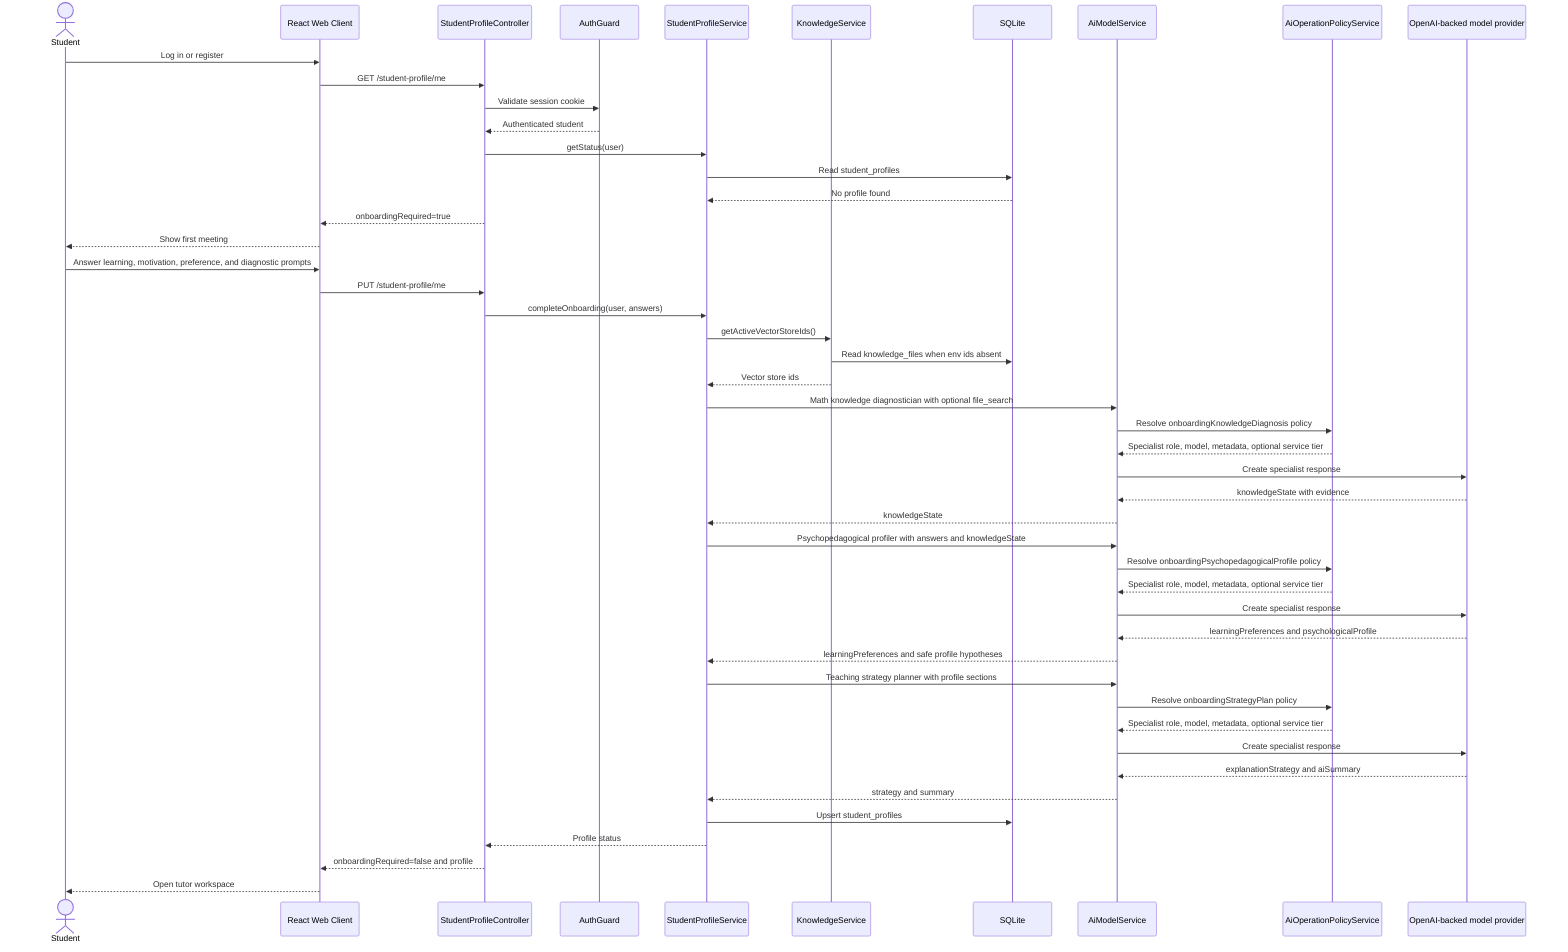
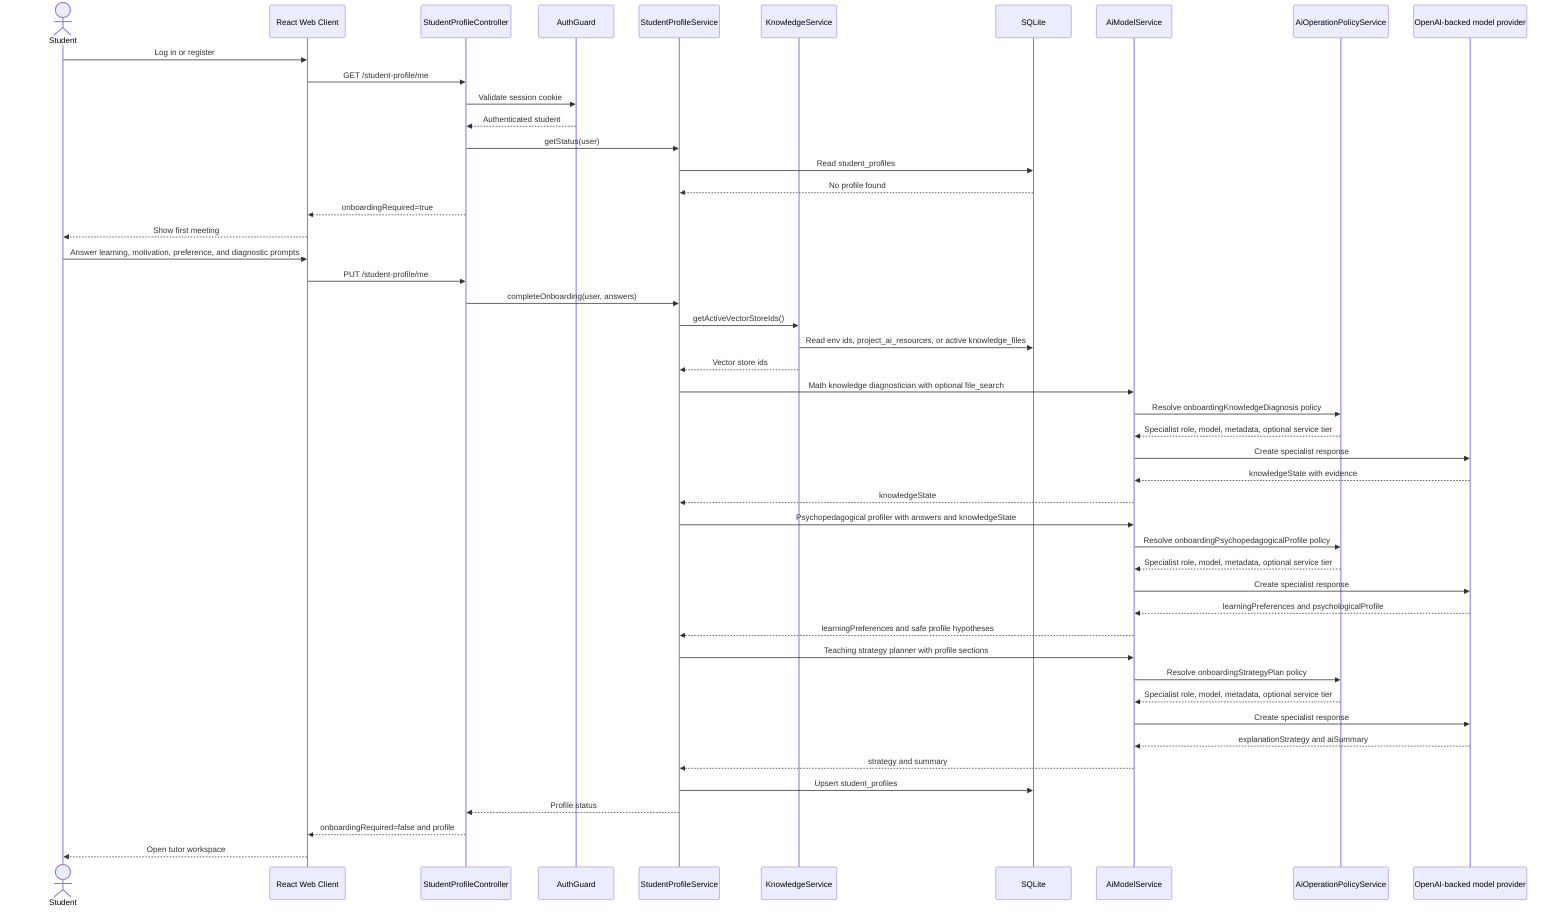
sequenceDiagram
  actor Student
  participant Web as React Web Client
  participant API as StudentProfileController
  participant Auth as AuthGuard
  participant Profile as StudentProfileService
  participant Knowledge as KnowledgeService
  participant DB as SQLite
  participant AIModel as AiModelService
  participant Policy as AiOperationPolicyService
  participant OpenAI as OpenAI-backed model provider

  Student->>Web: Log in or register
  Web->>API: GET /student-profile/me
  API->>Auth: Validate session cookie
  Auth-->>API: Authenticated student
  API->>Profile: getStatus(user)
  Profile->>DB: Read student_profiles
  DB-->>Profile: No profile found
  API-->>Web: onboardingRequired=true
  Web-->>Student: Show first meeting
  Student->>Web: Answer learning, motivation, preference, and diagnostic prompts
  Web->>API: PUT /student-profile/me
  API->>Profile: completeOnboarding(user, answers)
  Profile->>Knowledge: getActiveVectorStoreIds()
-   Knowledge->>DB: Read knowledge_files when env ids absent
+   Knowledge->>DB: Read env ids, project_ai_resources, or active knowledge_files
  Knowledge-->>Profile: Vector store ids
  Profile->>AIModel: Math knowledge diagnostician with optional file_search
  AIModel->>Policy: Resolve onboardingKnowledgeDiagnosis policy
  Policy-->>AIModel: Specialist role, model, metadata, optional service tier
  AIModel->>OpenAI: Create specialist response
  OpenAI-->>AIModel: knowledgeState with evidence
  AIModel-->>Profile: knowledgeState
  Profile->>AIModel: Psychopedagogical profiler with answers and knowledgeState
  AIModel->>Policy: Resolve onboardingPsychopedagogicalProfile policy
  Policy-->>AIModel: Specialist role, model, metadata, optional service tier
  AIModel->>OpenAI: Create specialist response
  OpenAI-->>AIModel: learningPreferences and psychologicalProfile
  AIModel-->>Profile: learningPreferences and safe profile hypotheses
  Profile->>AIModel: Teaching strategy planner with profile sections
  AIModel->>Policy: Resolve onboardingStrategyPlan policy
  Policy-->>AIModel: Specialist role, model, metadata, optional service tier
  AIModel->>OpenAI: Create specialist response
  OpenAI-->>AIModel: explanationStrategy and aiSummary
  AIModel-->>Profile: strategy and summary
  Profile->>DB: Upsert student_profiles
  Profile-->>API: Profile status
  API-->>Web: onboardingRequired=false and profile
  Web-->>Student: Open tutor workspace
